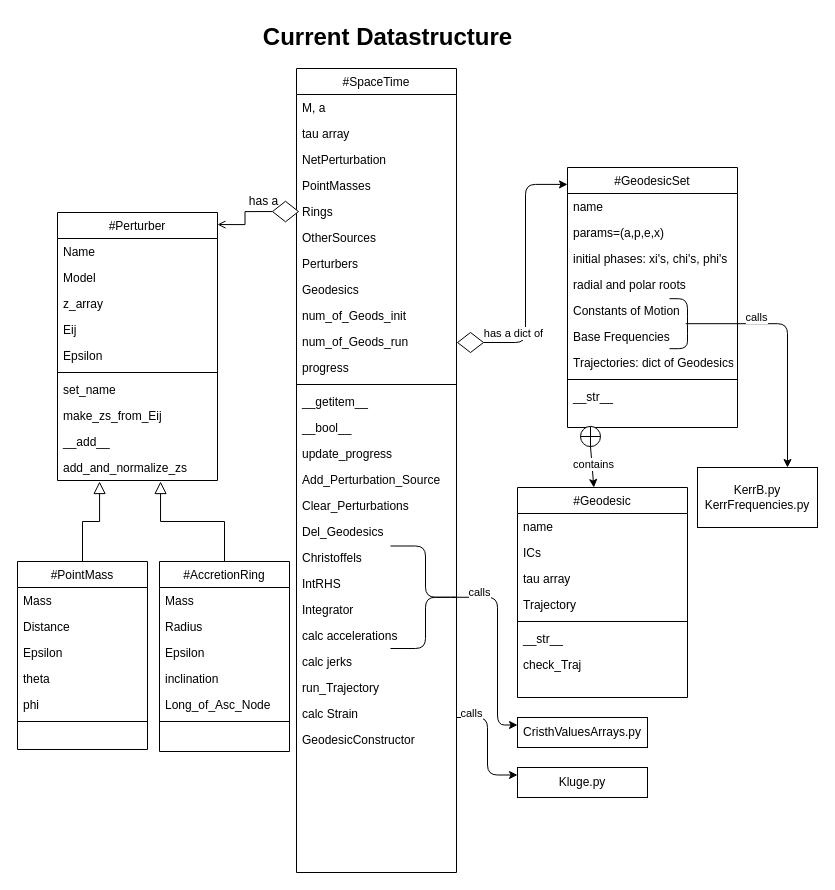
Above: Class.drawio in jrivest3/Static_Tidal_Pert_Kerr (draw.io), before the change. Source tidied: cells renumbered, new cells numbered last; positions are measured from the earlier drawing's top-left corner, leaving out a move shared by most shapes. Both pictures are drawn from the tidied source at 100%, with x=0, y=0 at pixel (17, 17).
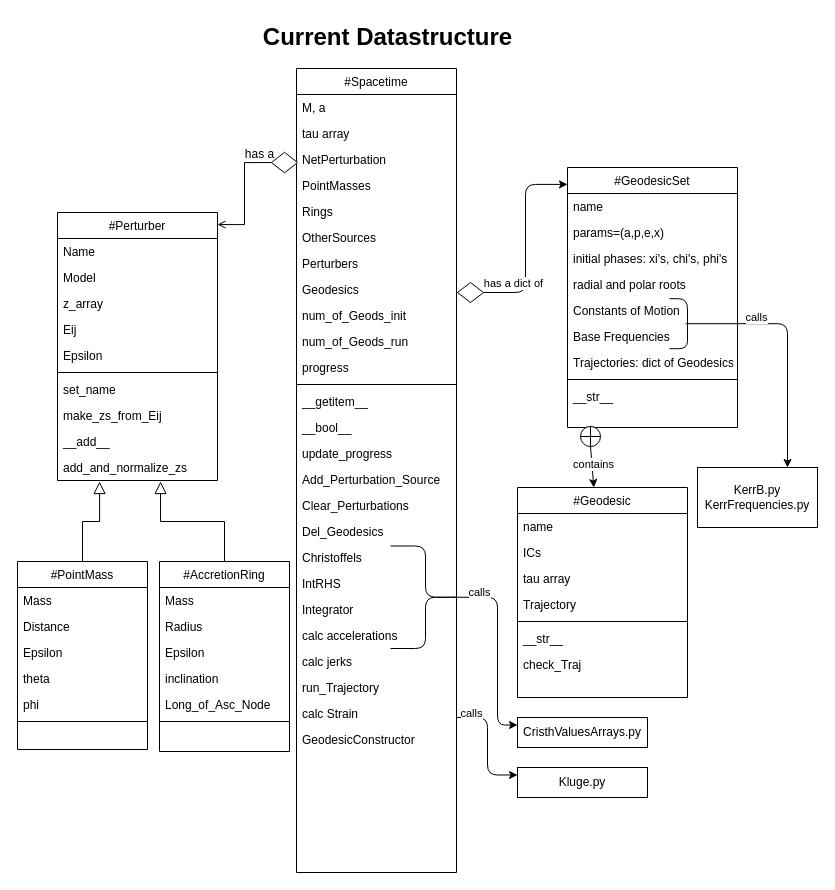
The same page after the edit.

The change refers to these unchanged cells:
```xml
<mxCell id="22" style="endArrow=open;shadow=0;strokeWidth=1;rounded=0;endFill=1;startArrow=none;entryX=1;entryY=0.045;entryDx=0;entryDy=0;edgeStyle=orthogonalEdgeStyle;entryPerimeter=0;exitX=0;exitY=0.5;exitDx=0;exitDy=0;" parent="1" edge="1" source="85" target="2">
  <mxGeometry x="0.5" y="41" relative="1" as="geometry">
    <mxPoint x="-40" y="32" as="offset" />
  </mxGeometry>
</mxCell>
<mxCell id="57" style="group;" parent="1" vertex="1">
  <mxGeometry x="255" y="51" width="254" height="762" as="geometry" />
</mxCell>
```

What changed in the source:
```diff
@@
     <mxCell id="23" value="has a" style="text;html=1;align=center;verticalAlign=middle;labelBackgroundColor=none;rounded=0;shadow=0;strokeWidth=1;fontSize=12;" parent="22" vertex="1">
       <mxGeometry x="0.5" y="49" relative="1" as="geometry">
-        <mxPoint x="29" y="-73" as="offset" />
+        <mxPoint x="-35" y="-69" as="offset" />
       </mxGeometry>
     </mxCell>
@@
-    <mxCell id="58" value="#SpaceTime" style="swimlane;fontStyle=0;align=center;verticalAlign=top;horizontal=1;startSize=26;rounded=0;shadow=0;strokeWidth=1;" parent="57" vertex="1">
+    <mxCell id="58" value="#Spacetime" style="swimlane;fontStyle=0;align=center;verticalAlign=top;horizontal=1;startSize=26;rounded=0;shadow=0;strokeWidth=1;" parent="57" vertex="1">
       <mxGeometry x="24" width="160" height="804" as="geometry" />
     </mxCell>
@@
     <mxCell id="85" style="rhombus;whiteSpace=wrap;html=1;" parent="57" vertex="1">
-      <mxGeometry y="132.8" width="26" height="20.5" as="geometry" />
+      <mxGeometry x="-1" y="83.8" width="26" height="20.5" as="geometry" />
     </mxCell>
     <mxCell id="86" style="rhombus;whiteSpace=wrap;html=1;" parent="57" vertex="1">
-      <mxGeometry x="185" y="264" width="26" height="20" as="geometry" />
+      <mxGeometry x="185" y="214" width="26" height="20" as="geometry" />
     </mxCell>
```
